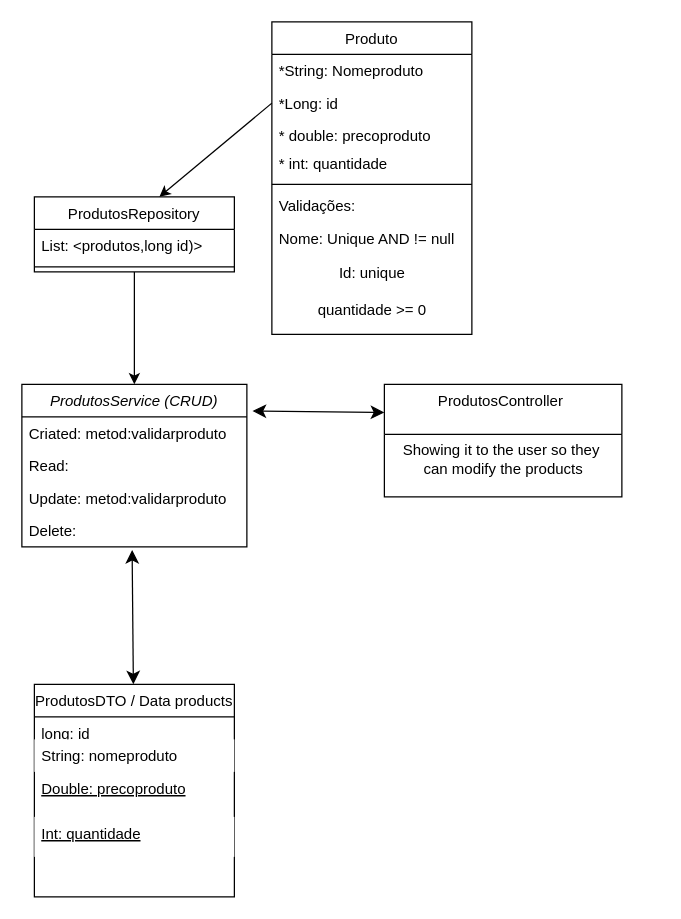
This is page "Produtos" (1 of 3) of E-comerce.drawio from FabricioJS-ZUP/Desafio-2-E-comerce, a draw.io file, before an edit. Source tidied: cells renumbered, new cells numbered last; positions are measured from the earlier drawing's top-left corner, leaving out a move shared by most shapes. Both pictures are drawn from the tidied source at 125%, with x=0, y=0 at pixel (21, 21).
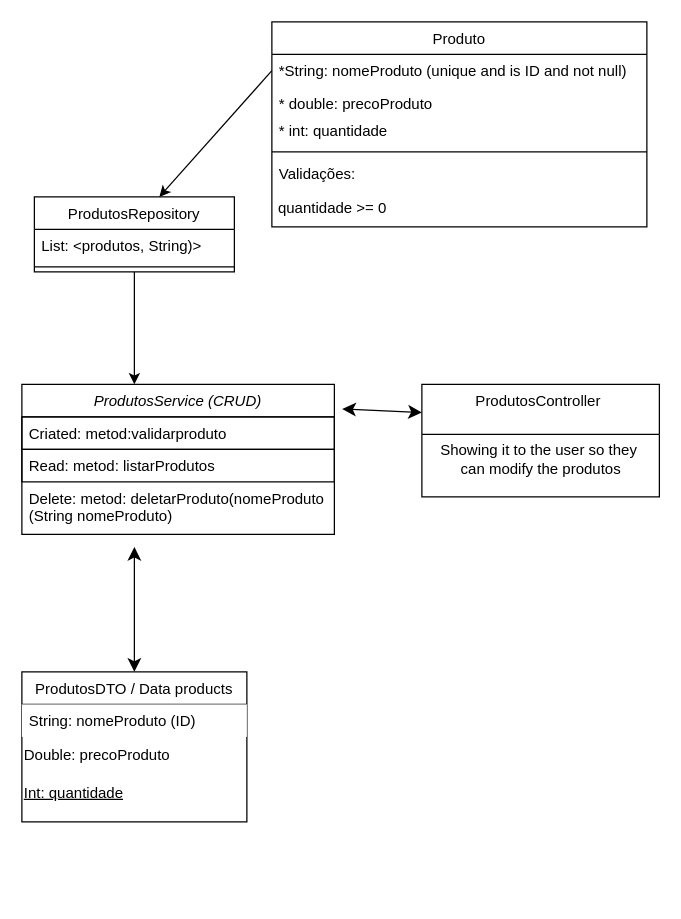
The same page after the edit.

Unchanged cells that the change refers to:
```xml
<mxCell id="23" value="ProdutosRepository" style="swimlane;fontStyle=0;align=center;verticalAlign=top;horizontal=1;startSize=26;rounded=0;shadow=0;strokeWidth=1;strokeColor=light-dark(#000000,#FFFFFF);" parent="1" vertex="1">
  <mxGeometry x="10" y="140" width="160" height="60" as="geometry" />
</mxCell>
```

What changed in the source:
```diff
@@
     <mxCell id="2" value="Produto" style="swimlane;fontStyle=0;align=center;verticalAlign=top;horizontal=1;startSize=26;rounded=0;shadow=0;strokeWidth=1;" parent="1" vertex="1">
-      <mxGeometry x="200" width="160" height="250" as="geometry" />
+      <mxGeometry x="200" width="300" height="164" as="geometry" />
     </mxCell>
-    <mxCell id="3" value="*String: Nomeproduto" style="text;align=left;verticalAlign=top;spacingLeft=4;spacingRight=4;overflow=hidden;points=[[0,0.5],[1,0.5]];portConstraint=eastwest;" parent="2" vertex="1">
-      <mxGeometry y="26" width="160" height="26" as="geometry" />
+    <mxCell id="3" value="*String: nomeProduto (unique and is ID and not null)" style="text;align=left;verticalAlign=top;spacingLeft=4;spacingRight=4;overflow=hidden;points=[[0,0.5],[1,0.5]];portConstraint=eastwest;" parent="2" vertex="1">
+      <mxGeometry y="26" width="300" height="26" as="geometry" />
     </mxCell>
-    <mxCell id="4" value="*Long: id" style="text;align=left;verticalAlign=top;spacingLeft=4;spacingRight=4;overflow=hidden;points=[[0,0.5],[1,0.5]];portConstraint=eastwest;rounded=0;shadow=0;html=0;" parent="2" vertex="1">
-      <mxGeometry y="52" width="160" height="26" as="geometry" />
-    </mxCell>
-    <mxCell id="5" value="* double: precoproduto" style="text;align=left;verticalAlign=top;spacingLeft=4;spacingRight=4;overflow=hidden;rounded=0;shadow=0;html=0;" parent="2" vertex="1">
-      <mxGeometry y="78" width="160" height="22" as="geometry" />
+    <mxCell id="5" value="* double: precoProduto" style="text;align=left;verticalAlign=top;spacingLeft=4;spacingRight=4;overflow=hidden;rounded=0;shadow=0;html=0;" parent="2" vertex="1">
+      <mxGeometry y="52" width="300" height="22" as="geometry" />
     </mxCell>
     <mxCell id="6" value="* int: quantidade" style="text;align=left;verticalAlign=top;spacingLeft=4;spacingRight=4;overflow=hidden;rounded=0;shadow=0;html=0;" parent="2" vertex="1">
-      <mxGeometry y="100" width="160" height="26" as="geometry" />
+      <mxGeometry y="74" width="300" height="26" as="geometry" />
     </mxCell>
     <mxCell id="7" style="line;html=1;strokeWidth=1;align=left;verticalAlign=middle;spacingTop=-1;spacingLeft=3;spacingRight=3;labelPosition=right;" parent="2" vertex="1">
-      <mxGeometry y="126" width="160" height="8" as="geometry" />
+      <mxGeometry y="100" width="300" height="8" as="geometry" />
     </mxCell>
     <mxCell id="8" value="Validações:" style="text;align=left;verticalAlign=top;spacingLeft=4;spacingRight=4;overflow=hidden;" parent="2" vertex="1">
-      <mxGeometry y="134" width="160" height="26" as="geometry" />
+      <mxGeometry y="108" width="300" height="26" as="geometry" />
     </mxCell>
-    <mxCell id="9" value="Nome: Unique AND != null" style="text;align=left;verticalAlign=top;spacingLeft=4;spacingRight=4;overflow=hidden;" parent="2" vertex="1">
-      <mxGeometry y="160" width="160" height="26" as="geometry" />
-    </mxCell>
-    <mxCell id="10" value="Id: unique" style="text;html=1;align=center;verticalAlign=middle;strokeColor=none;fillColor=none;" parent="2" vertex="1">
-      <mxGeometry y="186" width="160" height="30" as="geometry" />
-    </mxCell>
-    <mxCell id="11" value="quantidade &amp;gt;= 0" style="text;html=1;align=center;verticalAlign=middle;strokeColor=none;fillColor=none;" parent="2" vertex="1">
-      <mxGeometry y="216" width="160" height="30" as="geometry" />
+    <mxCell id="11" value="&amp;nbsp;quantidade &amp;gt;= 0" style="text;html=1;align=left;verticalAlign=middle;strokeColor=none;fillColor=none;" parent="2" vertex="1">
+      <mxGeometry y="134" width="300" height="30" as="geometry" />
     </mxCell>
-    <mxCell id="12" style="edgeStyle=none;jettySize=auto;html=1;rounded=0;exitX=0;exitY=0.5;exitDx=0;exitDy=0;" parent="1" edge="1" source="4">
+    <mxCell id="12" style="edgeStyle=none;jettySize=auto;html=1;rounded=0;exitX=0;exitY=0.5;exitDx=0;exitDy=0;" parent="1" edge="1" source="3">
       <mxGeometry relative="1" as="geometry">
         <mxPoint x="110" y="140" as="targetPoint" />
       </mxGeometry>
     </mxCell>
     <mxCell id="13" value="ProdutosService (CRUD)" style="swimlane;fontStyle=2;align=center;verticalAlign=top;horizontal=1;startSize=26;rounded=0;shadow=0;strokeWidth=1;fillColor=light-dark(#FFFFFF,var(--ge-dark-color, #121212));" parent="1" vertex="1">
-      <mxGeometry y="290" width="180" height="130" as="geometry" />
+      <mxGeometry y="290" width="250" height="120" as="geometry" />
     </mxCell>
-    <mxCell id="14" value="Criated: metod:validarproduto" style="text;align=left;verticalAlign=top;spacingLeft=4;spacingRight=4;overflow=hidden;" parent="13" vertex="1">
-      <mxGeometry y="26" width="180" height="26" as="geometry" />
+    <mxCell id="14" value="Criated: metod:validarproduto" style="text;align=left;verticalAlign=top;spacingLeft=4;spacingRight=4;overflow=hidden;strokeColor=#000000;" parent="13" vertex="1">
+      <mxGeometry y="26" width="250" height="26" as="geometry" />
     </mxCell>
-    <mxCell id="15" value="Read:" style="text;align=left;verticalAlign=top;spacingLeft=4;spacingRight=4;overflow=hidden;rounded=0;shadow=0;html=0;" parent="13" vertex="1">
-      <mxGeometry y="52" width="180" height="26" as="geometry" />
+    <mxCell id="15" value="Read: metod: listarProdutos" style="text;align=left;verticalAlign=top;spacingLeft=4;spacingRight=4;overflow=hidden;rounded=0;shadow=0;html=0;strokeColor=#000000;" parent="13" vertex="1">
+      <mxGeometry y="52" width="250" height="26" as="geometry" />
     </mxCell>
-    <mxCell id="16" value="Update: metod:validarproduto" style="text;align=left;verticalAlign=top;spacingLeft=4;spacingRight=4;overflow=hidden;rounded=0;shadow=0;html=0;" parent="13" vertex="1">
-      <mxGeometry y="78" width="180" height="26" as="geometry" />
-    </mxCell>
-    <mxCell id="17" value="Delete:" style="text;align=left;verticalAlign=top;spacingLeft=4;spacingRight=4;overflow=hidden;points=[[0,0.5],[1,0.5]];portConstraint=eastwest;" parent="13" vertex="1">
-      <mxGeometry y="104" width="180" height="26" as="geometry" />
+    <mxCell id="17" value="Delete: metod: deletarProduto(nomeProduto&#10;(String nomeProduto)" style="text;align=left;verticalAlign=top;spacingLeft=4;spacingRight=4;overflow=hidden;points=[[0,0.5],[1,0.5]];portConstraint=eastwest;" parent="13" vertex="1">
+      <mxGeometry y="78" width="250" height="42" as="geometry" />
     </mxCell>
     <mxCell id="18" value="ProdutosDTO / Data products" style="swimlane;fontStyle=0;align=center;verticalAlign=top;horizontal=1;startSize=26;rounded=0;shadow=0;strokeWidth=1;strokeColor=light-dark(#000000,#FFFFFF);" parent="1" vertex="1">
-      <mxGeometry x="10" y="530" width="160" height="170" as="geometry" />
+      <mxGeometry y="520" width="180" height="120" as="geometry" />
     </mxCell>
-    <mxCell id="19" value="long: id" style="text;align=left;verticalAlign=top;spacingLeft=4;spacingRight=4;overflow=hidden;" parent="18" vertex="1">
-      <mxGeometry y="26" width="160" height="18" as="geometry" />
-    </mxCell>
-    <mxCell id="20" value="String: nomeproduto" style="text;align=left;verticalAlign=top;spacingLeft=4;spacingRight=4;overflow=hidden;rounded=0;shadow=0;html=0;fillColor=#FFFFFF;" parent="18" vertex="1">
-      <mxGeometry y="44" width="160" height="26" as="geometry" />
+    <mxCell id="20" value="String: nomeProduto (ID)" style="text;align=left;verticalAlign=top;spacingLeft=4;spacingRight=4;overflow=hidden;rounded=0;shadow=0;html=0;fillColor=#FFFFFF;" parent="18" vertex="1">
+      <mxGeometry y="26" width="180" height="26" as="geometry" />
     </mxCell>
-    <mxCell id="21" value="Double: precoproduto" style="text;align=left;verticalAlign=top;spacingLeft=4;spacingRight=4;overflow=hidden;fontStyle=4;" parent="18" vertex="1">
-      <mxGeometry y="70" width="160" height="36" as="geometry" />
-    </mxCell>
+    <mxCell id="31" value="Double: precoProduto" style="text;html=1;align=left;verticalAlign=middle;strokeColor=none;fillColor=none;" parent="18" vertex="1">
+      <mxGeometry y="52" width="180" height="30" as="geometry" />
+    </mxCell>
-    <mxCell id="22" value="Int: quantidade" style="text;align=left;verticalAlign=top;spacingLeft=4;spacingRight=4;overflow=hidden;fontStyle=4;fillColor=#FFFFFF;" parent="18" vertex="1">
-      <mxGeometry y="106" width="160" height="32" as="geometry" />
+    <mxCell id="22" value="&lt;span style=&quot;text-decoration-line: underline;&quot;&gt;Int:&amp;nbsp;quantidade&lt;/span&gt;" style="text;html=1;align=left;verticalAlign=middle;strokeColor=none;fillColor=none;" parent="18" vertex="1">
+      <mxGeometry y="82" width="180" height="30" as="geometry" />
     </mxCell>
@@
-    <mxCell id="24" value="List: &lt;produtos,long id)&gt;" style="text;align=left;verticalAlign=top;spacingLeft=4;spacingRight=4;overflow=hidden;rounded=0;shadow=0;html=0;" parent="23" vertex="1">
+    <mxCell id="24" value="List: &lt;produtos, String)&gt;" style="text;align=left;verticalAlign=top;spacingLeft=4;spacingRight=4;overflow=hidden;rounded=0;shadow=0;html=0;" parent="23" vertex="1">
       <mxGeometry y="26" width="160" height="26" as="geometry" />
     </mxCell>
@@
-    <mxCell id="27" style="edgeStyle=none;jettySize=auto;html=1;endArrow=classic;startArrow=classic;endSize=8;startSize=8;rounded=0;exitX=0.49;exitY=1.094;exitDx=0;exitDy=0;exitPerimeter=0;" parent="1" edge="1" source="17" target="18">
-      <mxGeometry relative="1" as="geometry" />
+    <mxCell id="27" style="edgeStyle=none;jettySize=auto;html=1;endArrow=classic;startArrow=classic;endSize=8;startSize=8;rounded=0;" parent="1" edge="1" target="18">
+      <mxGeometry relative="1" as="geometry">
+        <mxPoint x="90" y="420" as="sourcePoint" />
+      </mxGeometry>
     </mxCell>
     <mxCell id="28" value="ProdutosController " style="swimlane;fontStyle=0;align=center;verticalAlign=top;horizontal=1;startSize=40;rounded=0;shadow=0;strokeWidth=1;strokeColor=light-dark(#000000,#FFFFFF);fillColor=light-dark(#FFFFFF,var(--ge-dark-color, #121212));" parent="1" vertex="1">
-      <mxGeometry x="290" y="290" width="190" height="90" as="geometry" />
+      <mxGeometry x="320" y="290" width="190" height="90" as="geometry" />
     </mxCell>
-    <mxCell id="29" value="Showing it to the user so they&amp;nbsp;&lt;div&gt;can modify the products&lt;/div&gt;" style="text;html=1;align=center;verticalAlign=middle;strokeColor=none;fillColor=none;" parent="28" vertex="1">
+    <mxCell id="29" value="Showing it to the user so they&amp;nbsp;&lt;div&gt;can modify the produtos&lt;/div&gt;" style="text;html=1;align=center;verticalAlign=middle;strokeColor=none;fillColor=none;" parent="28" vertex="1">
       <mxGeometry y="40" width="190" height="40" as="geometry" />
     </mxCell>
```
